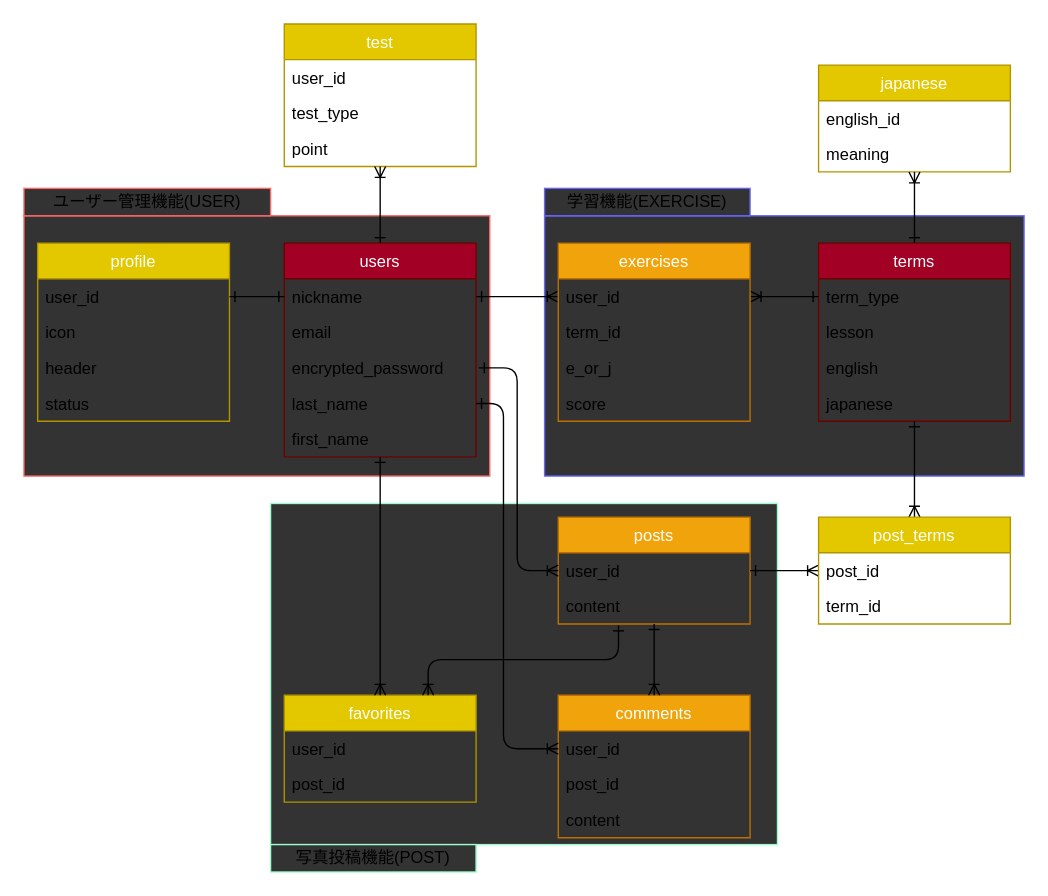
Earlier version of the draw.io diagram er.drawio (HirokiYagou/duo_app). Source tidied: cells renumbered, new cells numbered last; positions are measured from the earlier drawing's top-left corner, leaving out a move shared by most shapes. Both pictures are drawn from the tidied source at 137%, with x=0, y=0 at pixel (23, 23).
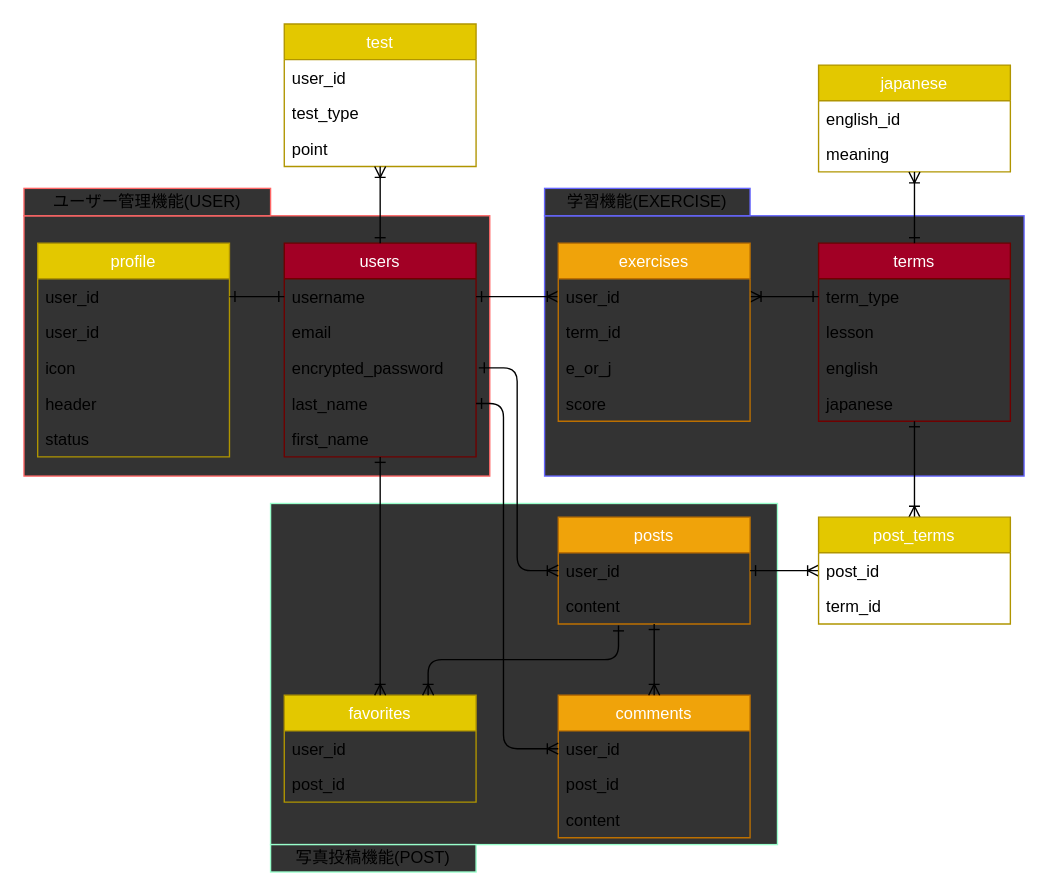
The same diagram, later.

The change refers to these unchanged cells:
```xml
<mxCell id="5" value="users" style="swimlane;fontStyle=0;horizontal=1;startSize=26;fillColor=#a20025;strokeColor=#6F0000;fontColor=#ffffff;" parent="1" vertex="1">
  <mxGeometry x="190" y="160" width="140" height="156" as="geometry" />
</mxCell>
```

The edit, as a diff of the source:
```diff
@@
-    <mxCell id="6" value="nickname" style="text;strokeColor=none;fillColor=none;align=left;verticalAlign=top;spacingLeft=4;spacingRight=4;overflow=hidden;points=[[0,0.5],[1,0.5]];portConstraint=eastwest;" parent="5" vertex="1">
+    <mxCell id="6" value="username" style="text;strokeColor=none;fillColor=none;align=left;verticalAlign=top;spacingLeft=4;spacingRight=4;overflow=hidden;points=[[0,0.5],[1,0.5]];portConstraint=eastwest;" parent="5" vertex="1">
       <mxGeometry y="26" width="140" height="26" as="geometry" />
     </mxCell>
@@
     <mxCell id="19" value="profile" style="swimlane;fontStyle=0;horizontal=1;startSize=26;fillColor=#e3c800;strokeColor=#B09500;fontColor=#ffffff;" parent="1" vertex="1">
-      <mxGeometry x="10" y="160" width="140" height="130" as="geometry" />
+      <mxGeometry x="10" y="160" width="140" height="156" as="geometry" />
     </mxCell>
@@
+    <mxCell id="61" value="user_id" style="text;strokeColor=none;fillColor=none;align=left;verticalAlign=top;spacingLeft=4;spacingRight=4;overflow=hidden;" parent="19" vertex="1">
+      <mxGeometry y="52" width="140" height="26" as="geometry" />
+    </mxCell>
     <mxCell id="21" value="icon" style="text;strokeColor=none;fillColor=none;align=left;verticalAlign=top;spacingLeft=4;spacingRight=4;overflow=hidden;" parent="19" vertex="1">
-      <mxGeometry y="52" width="140" height="26" as="geometry" />
+      <mxGeometry y="78" width="140" height="26" as="geometry" />
     </mxCell>
     <mxCell id="22" value="header" style="text;strokeColor=none;fillColor=none;align=left;verticalAlign=top;spacingLeft=4;spacingRight=4;overflow=hidden;" parent="19" vertex="1">
-      <mxGeometry y="78" width="140" height="26" as="geometry" />
+      <mxGeometry y="104" width="140" height="26" as="geometry" />
     </mxCell>
     <mxCell id="23" value="status" style="text;strokeColor=none;fillColor=none;align=left;verticalAlign=top;spacingLeft=4;spacingRight=4;overflow=hidden;" parent="19" vertex="1">
-      <mxGeometry y="104" width="140" height="26" as="geometry" />
+      <mxGeometry y="130" width="140" height="26" as="geometry" />
     </mxCell>
```
